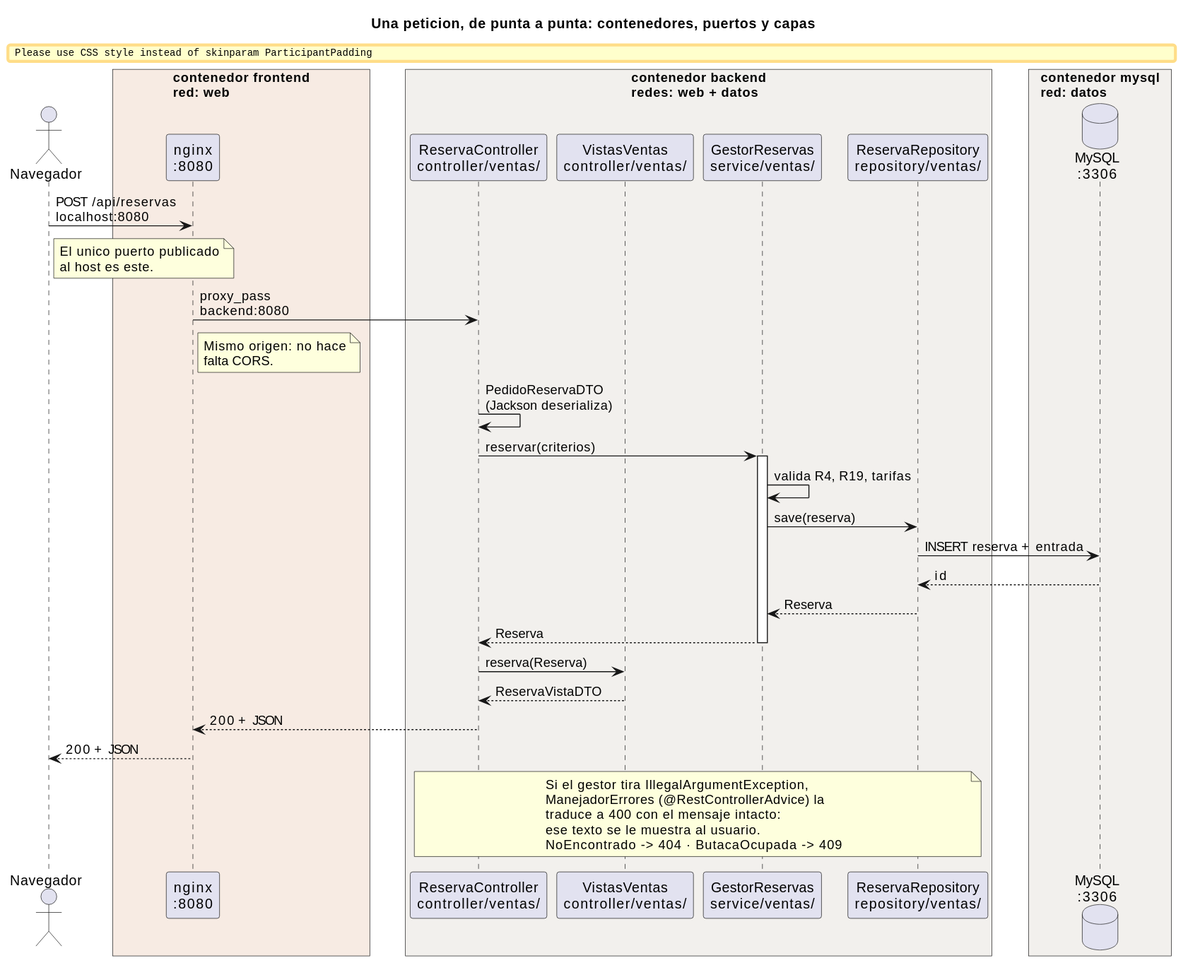
andreiveisuade/cine-uade keeps this PlantUML diagram as _other/docs/diagramas/peticion-capas.svg. Above is the earlier version.
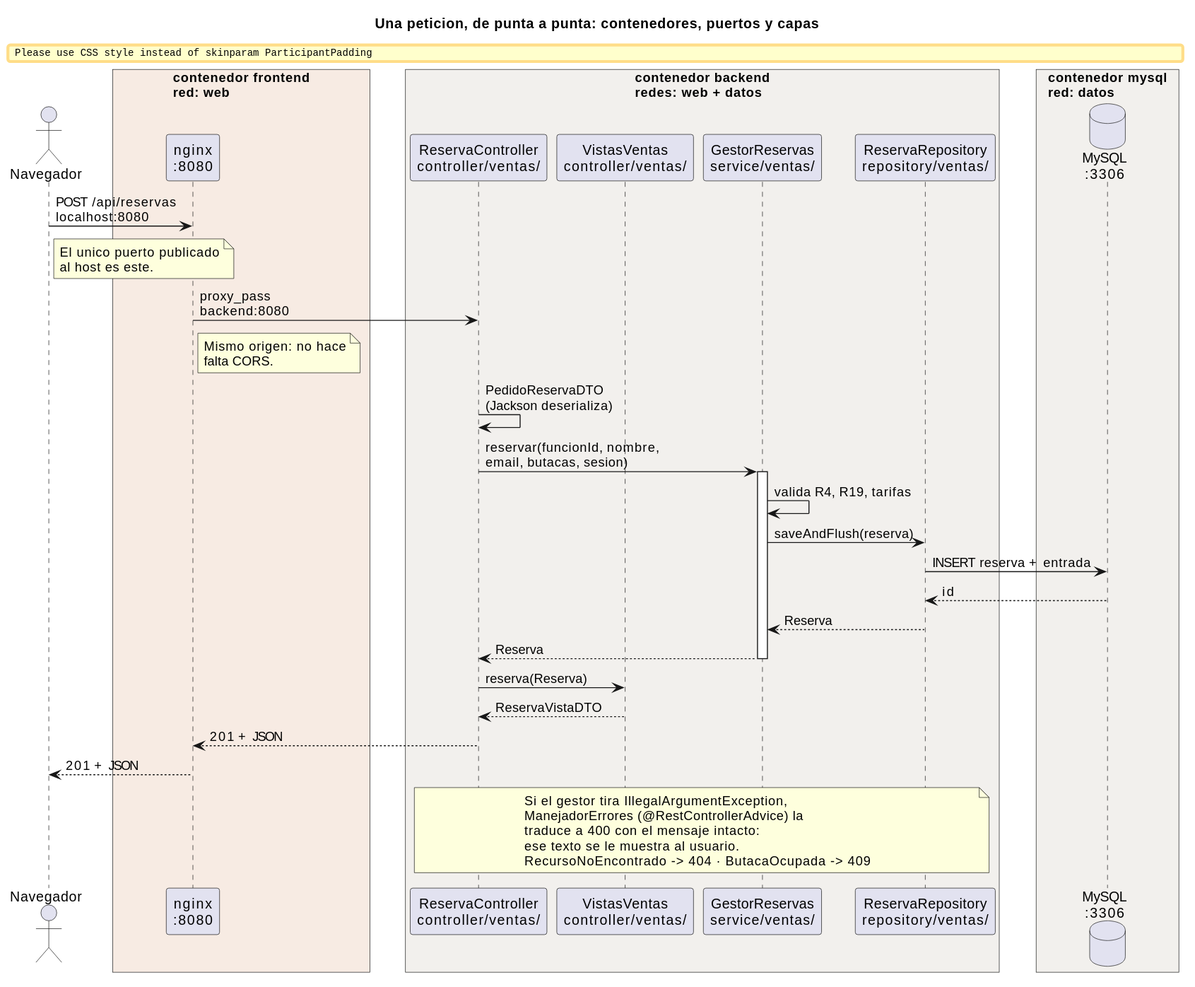
Later version of the same file.

What changed in the source:
```diff
@@ -36,11 +36,11 @@
 end note
 
 CTRL -> CTRL : PedidoReservaDTO\n(Jackson deserializa)
-CTRL -> GEST : reservar(criterios)
+CTRL -> GEST : reservar(funcionId, nombre,\nemail, butacas, sesion)
 activate GEST
 
 GEST -> GEST : valida R4, R19, tarifas
-GEST -> REPO : save(reserva)
+GEST -> REPO : saveAndFlush(reserva)
 REPO -> DB : INSERT reserva + entrada
 DB --> REPO : id
 REPO --> GEST : Reserva
@@ -50,14 +50,14 @@
 CTRL -> VIS : reserva(Reserva)
 VIS --> CTRL : ReservaVistaDTO
 
-CTRL --> NGINX : 200 + JSON
-NGINX --> N : 200 + JSON
+CTRL --> NGINX : 201 + JSON
+NGINX --> N : 201 + JSON
 
 note over CTRL, REPO
   Si el gestor tira IllegalArgumentException,
   ManejadorErrores (@RestControllerAdvice) la
   traduce a 400 con el mensaje intacto:
   ese texto se le muestra al usuario.
-  NoEncontrado -> 404 · ButacaOcupada -> 409
+  RecursoNoEncontrado -> 404 · ButacaOcupada -> 409
 end note
 @enduml
```
